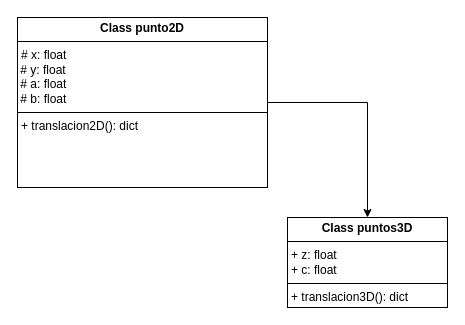
Earlier version of the draw.io diagram Puntos.drawio (Alfonso18Feb/Herencia). Source tidied: cells renumbered, new cells numbered last; positions are measured from the earlier drawing's top-left corner, leaving out a move shared by most shapes. Both pictures are drawn from the tidied source at 100%, with x=0, y=0 at pixel (17, 17).
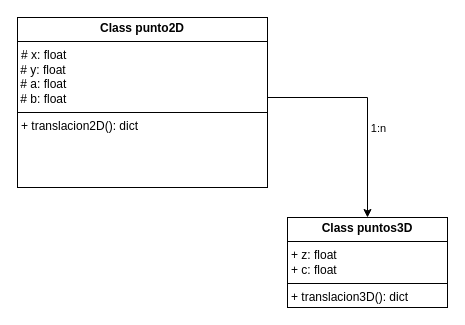
Above is the later version.

The edit, as a diff of the source:
```diff
@@
 <mxGraphModel>
   <root>
     <mxCell id="0" />
     <mxCell id="1" parent="0" />
     <mxCell id="2" style="edgeStyle=orthogonalEdgeStyle;rounded=0;jettySize=auto;html=1;" parent="1" edge="1" source="3" target="4">
-      <mxGeometry relative="1" as="geometry" />
+      <mxGeometry relative="1" as="geometry">
+        <Array as="points">
+          <mxPoint x="350" y="80" />
+        </Array>
+      </mxGeometry>
     </mxCell>
+    <mxCell id="5" value="1:n" style="edgeLabel;html=1;align=center;verticalAlign=middle;" parent="2" vertex="1">
+      <mxGeometry x="0.15" y="1" relative="1" as="geometry">
+        <mxPoint x="9" y="4" as="offset" />
+      </mxGeometry>
+    </mxCell>
     <mxCell id="3" value="&lt;p style=&quot;margin:0px;margin-top:4px;text-align:center;&quot;&gt;&lt;b&gt;Class punto2D&lt;/b&gt;&lt;/p&gt;&lt;hr size=&quot;1&quot; style=&quot;border-style:solid;&quot;&gt;&lt;p style=&quot;margin:0px;margin-left:4px;&quot;&gt;# x: float&lt;/p&gt;&amp;nbsp;# y: float&lt;div&gt;&lt;div&gt;&amp;nbsp;# a: float&lt;/div&gt;&lt;div&gt;&amp;nbsp;# b: float&lt;br&gt;&lt;hr size=&quot;1&quot; style=&quot;border-style:solid;&quot;&gt;&lt;p style=&quot;margin:0px;margin-left:4px;&quot;&gt;+ translacion2D(): dict&lt;/p&gt;&lt;/div&gt;&lt;/div&gt;" style="verticalAlign=top;align=left;overflow=fill;html=1;whiteSpace=wrap;" parent="1" vertex="1">
       <mxGeometry width="250" height="170" as="geometry" />
     </mxCell>
     <mxCell id="4" value="&lt;p style=&quot;margin:0px;margin-top:4px;text-align:center;&quot;&gt;&lt;b&gt;Class puntos3D&lt;/b&gt;&lt;/p&gt;&lt;hr size=&quot;1&quot; style=&quot;border-style:solid;&quot;&gt;&lt;p style=&quot;margin:0px;margin-left:4px;&quot;&gt;+ z: float&lt;/p&gt;&lt;p style=&quot;margin:0px;margin-left:4px;&quot;&gt;+ c: float&lt;/p&gt;&lt;hr size=&quot;1&quot; style=&quot;border-style:solid;&quot;&gt;&lt;p style=&quot;margin:0px;margin-left:4px;&quot;&gt;+ translacion3D(): dict&lt;/p&gt;" style="verticalAlign=top;align=left;overflow=fill;html=1;whiteSpace=wrap;" parent="1" vertex="1">
       <mxGeometry x="270" y="200" width="160" height="90" as="geometry" />
     </mxCell>
   </root>
 </mxGraphModel>
```
